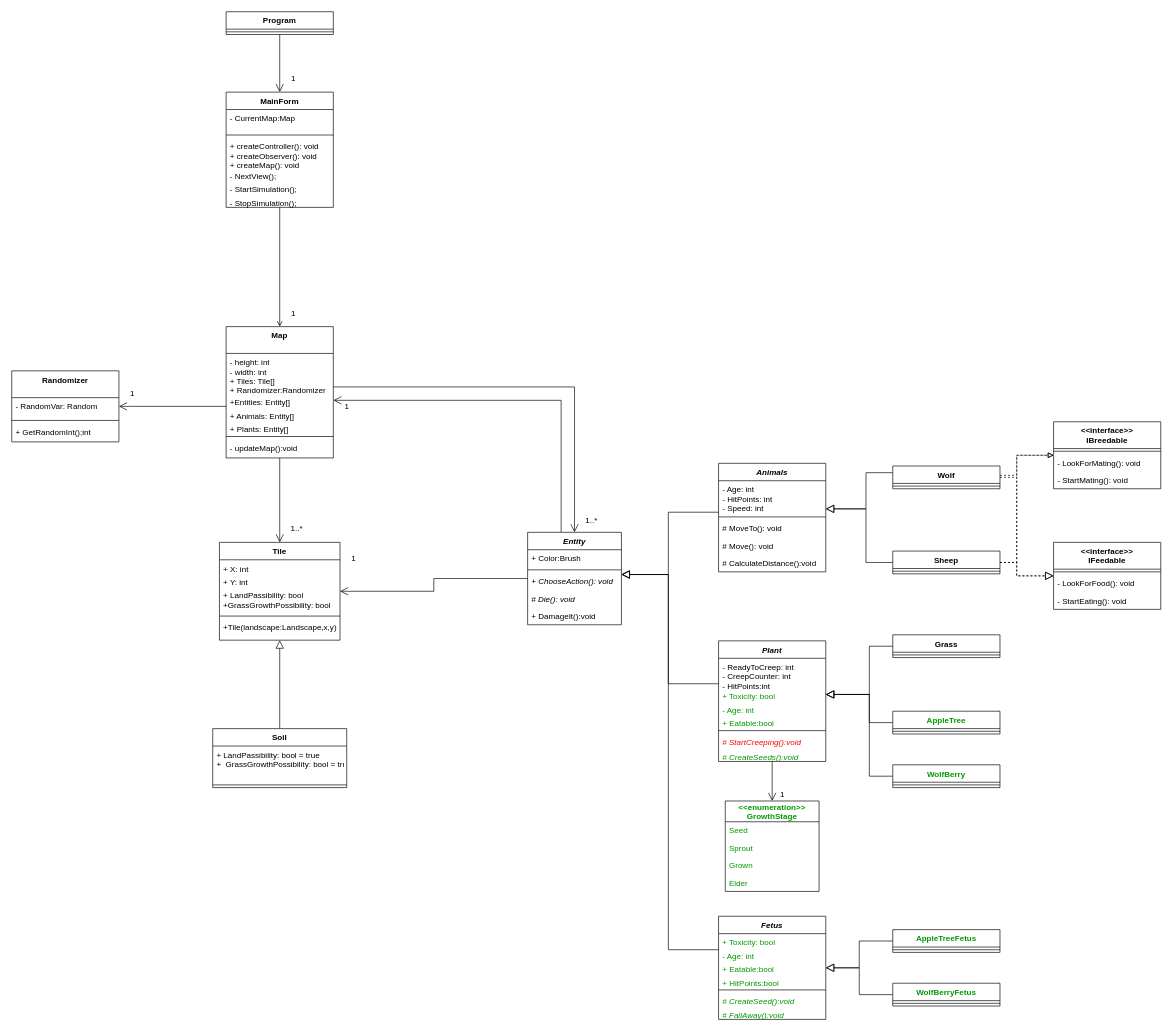
Earlier version of the draw.io diagram UML diagram/UML-diagram.drawio (vishIGOR/SimulationOfLife-s-UML-diagram). Source tidied: cells renumbered, new cells numbered last; positions are measured from the earlier drawing's top-left corner, leaving out a move shared by most shapes. Both pictures are drawn from the tidied source at 67%, with x=0, y=0 at pixel (11, 11).
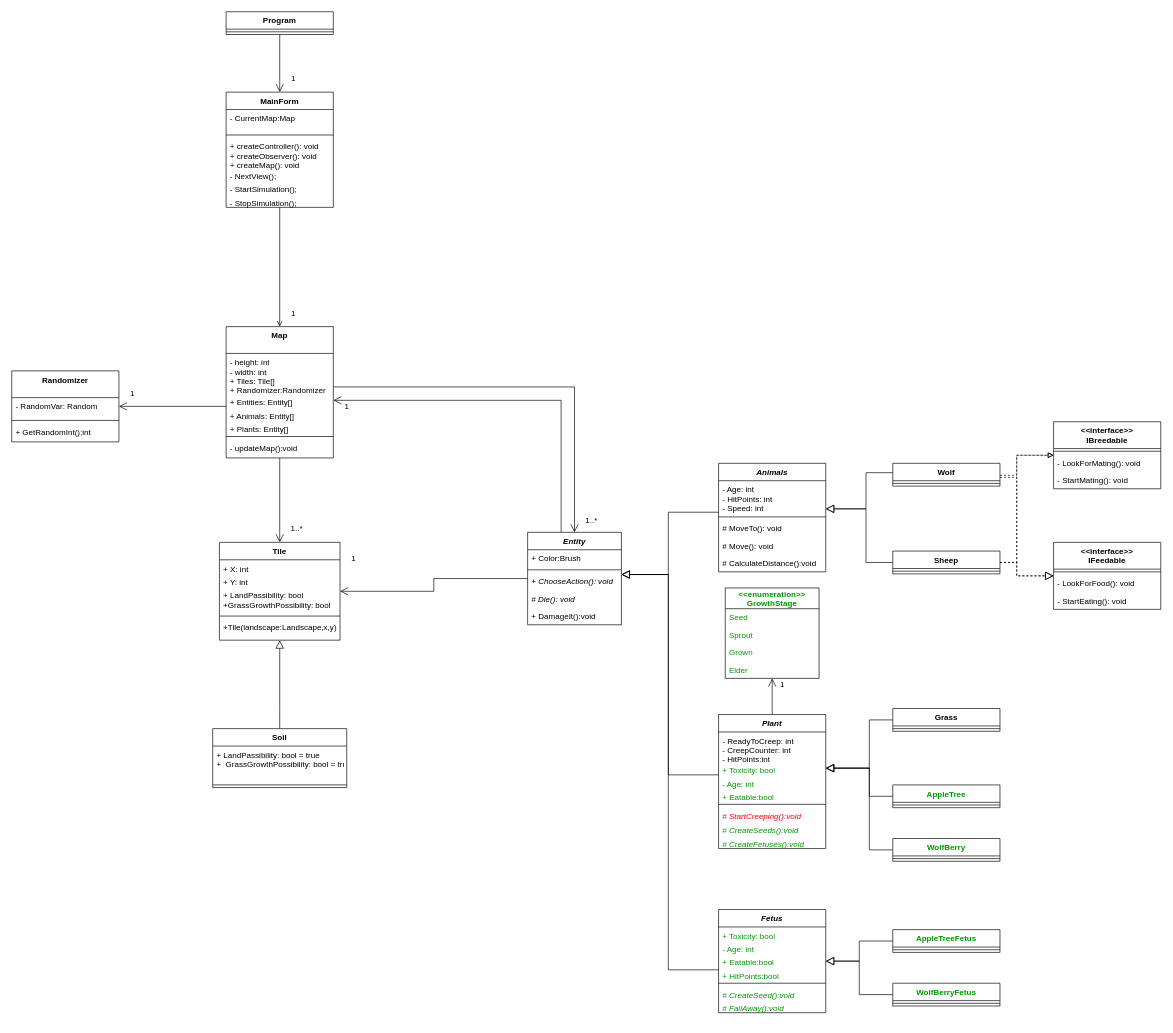
The same page after the edit.

The change refers to these unchanged cells:
```xml
<mxCell id="5" value="Map" style="swimlane;fontStyle=1;align=center;verticalAlign=top;horizontal=1;startSize=40;" parent="1" vertex="1">
  <mxGeometry x="320" y="470" width="160" height="196" as="geometry" />
</mxCell>
<mxCell id="68" value="Entity" style="swimlane;fontStyle=3;align=center;verticalAlign=top;horizontal=1;startSize=26;" parent="1" vertex="1">
  <mxGeometry x="770" y="777" width="140" height="138" as="geometry" />
</mxCell>
```

Diff of the diagram source:
```diff
@@
-    <mxCell id="7" value="+Entities: Entity[]&#10;" style="text;strokeColor=none;fillColor=none;align=left;verticalAlign=top;spacingLeft=4;spacingRight=4;overflow=hidden;" parent="5" vertex="1">
+    <mxCell id="7" value="+ Entities: Entity[]" style="text;strokeColor=none;fillColor=none;align=left;verticalAlign=top;spacingLeft=4;spacingRight=4;overflow=hidden;" parent="5" vertex="1">
       <mxGeometry y="100" width="160" height="20" as="geometry" />
     </mxCell>
@@
     <mxCell id="22" style="edgeStyle=orthogonalEdgeStyle;rounded=0;jettySize=auto;html=1;endArrow=block;endFill=0;endSize=10;" parent="1" edge="1" source="24" target="68">
       <mxGeometry relative="1" as="geometry">
         <Array as="points">
-          <mxPoint x="980" y="1003" />
+          <mxPoint x="980" y="1139" />
           <mxPoint x="980" y="840" />
         </Array>
       </mxGeometry>
     </mxCell>
@@
     <mxCell id="24" value="Plant" style="swimlane;fontStyle=3;align=center;verticalAlign=top;horizontal=1;startSize=26;" parent="1" vertex="1">
-      <mxGeometry x="1055" y="939" width="160" height="180" as="geometry" />
+      <mxGeometry x="1055" y="1049" width="160" height="200" as="geometry" />
     </mxCell>
@@
+    <mxCell id="117" value="# CreateFetuses():void" style="text;strokeColor=none;fillColor=none;align=left;verticalAlign=top;spacingLeft=4;spacingRight=4;overflow=hidden;fontStyle=2;fontColor=#009900;" parent="24" vertex="1">
+      <mxGeometry y="180" width="160" height="20" as="geometry" />
+    </mxCell>
@@
     <mxCell id="35" value="Wolf" style="swimlane;fontStyle=1;align=center;verticalAlign=top;horizontal=1;startSize=26;" parent="1" vertex="1">
-      <mxGeometry x="1315" y="678" width="160" height="34" as="geometry" />
+      <mxGeometry x="1315" y="674" width="160" height="34" as="geometry" />
     </mxCell>
@@
     <mxCell id="49" style="edgeStyle=orthogonalEdgeStyle;rounded=0;jettySize=auto;html=1;endArrow=block;endFill=0;startSize=6;endSize=10;strokeWidth=1;" parent="1" edge="1" source="50" target="24">
       <mxGeometry relative="1" as="geometry">
         <Array as="points">
-          <mxPoint x="1280" y="947" />
-          <mxPoint x="1280" y="1019" />
+          <mxPoint x="1280" y="1057" />
+          <mxPoint x="1280" y="1129" />
         </Array>
       </mxGeometry>
     </mxCell>
     <mxCell id="50" value="Grass" style="swimlane;fontStyle=1;align=center;verticalAlign=top;horizontal=1;startSize=26;" parent="1" vertex="1">
-      <mxGeometry x="1315" y="930" width="160" height="34" as="geometry" />
+      <mxGeometry x="1315" y="1040" width="160" height="34" as="geometry" />
     </mxCell>
@@
     <mxCell id="90" value="&lt;&lt;enumeration&gt;&gt;&#10;GrowthStage" style="swimlane;fontStyle=1;horizontal=1;startSize=31;fillColor=none;fontColor=#009900;" parent="1" vertex="1">
-      <mxGeometry x="1065" y="1178" width="140" height="135" as="geometry" />
+      <mxGeometry x="1065" y="860" width="140" height="135" as="geometry" />
     </mxCell>
@@
     <mxCell id="95" value="1" style="text;html=1;align=center;verticalAlign=middle;strokeColor=none;fillColor=none;" parent="1" vertex="1">
-      <mxGeometry x="1140" y="1158" width="20" height="20" as="geometry" />
+      <mxGeometry x="1140" y="995" width="20" height="20" as="geometry" />
     </mxCell>
     <mxCell id="96" style="edgeStyle=orthogonalEdgeStyle;rounded=0;jettySize=auto;html=1;fontColor=#009900;endArrow=block;endFill=0;endSize=10;" parent="1" edge="1" source="97" target="24">
       <mxGeometry relative="1" as="geometry">
         <Array as="points">
-          <mxPoint x="1280" y="1061" />
-          <mxPoint x="1280" y="1019" />
+          <mxPoint x="1280" y="1171" />
+          <mxPoint x="1280" y="1129" />
         </Array>
       </mxGeometry>
     </mxCell>
     <mxCell id="97" value="AppleTree" style="swimlane;fontStyle=1;align=center;verticalAlign=top;horizontal=1;startSize=26;fontColor=#009900;" parent="1" vertex="1">
-      <mxGeometry x="1315" y="1044" width="160" height="34" as="geometry" />
+      <mxGeometry x="1315" y="1154" width="160" height="34" as="geometry" />
     </mxCell>
@@
     <mxCell id="99" style="edgeStyle=orthogonalEdgeStyle;rounded=0;jettySize=auto;html=1;fontColor=#FF0000;endArrow=block;endFill=0;endSize=10;" parent="1" edge="1" source="100" target="24">
       <mxGeometry relative="1" as="geometry">
         <Array as="points">
-          <mxPoint x="1280" y="1141" />
-          <mxPoint x="1280" y="1019" />
+          <mxPoint x="1280" y="1251" />
+          <mxPoint x="1280" y="1129" />
         </Array>
       </mxGeometry>
     </mxCell>
     <mxCell id="100" value="WolfBerry" style="swimlane;fontStyle=1;align=center;verticalAlign=top;horizontal=1;startSize=26;fontColor=#009900;" parent="1" vertex="1">
-      <mxGeometry x="1315" y="1124" width="160" height="34" as="geometry" />
+      <mxGeometry x="1315" y="1234" width="160" height="34" as="geometry" />
     </mxCell>
@@
     <mxCell id="102" style="edgeStyle=orthogonalEdgeStyle;rounded=0;jettySize=auto;html=1;endSize=10;endArrow=block;endFill=0;" parent="1" edge="1" source="103" target="68">
       <mxGeometry relative="1" as="geometry">
         <Array as="points">
-          <mxPoint x="980" y="1400" />
+          <mxPoint x="980" y="1430" />
           <mxPoint x="980" y="840" />
         </Array>
       </mxGeometry>
     </mxCell>
     <mxCell id="103" value="Fetus" style="swimlane;fontStyle=3;align=center;verticalAlign=top;horizontal=1;startSize=26;" parent="1" vertex="1">
-      <mxGeometry x="1055" y="1350" width="160" height="154" as="geometry" />
+      <mxGeometry x="1055" y="1340" width="160" height="154" as="geometry" />
     </mxCell>
```
